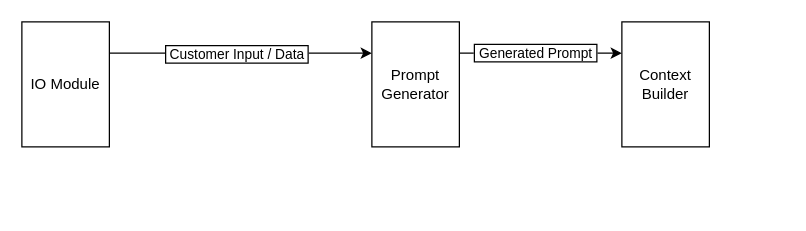
The draw.io diagram GenericGenAIProject.drawio in ntngupta3515/1_chatbot_using_genai, before the edit. Source tidied: cells renumbered, new cells numbered last; positions are measured from the earlier drawing's top-left corner, leaving out a move shared by most shapes. Both pictures are drawn from the tidied source at 125%, with x=0, y=0 at pixel (21, 21).
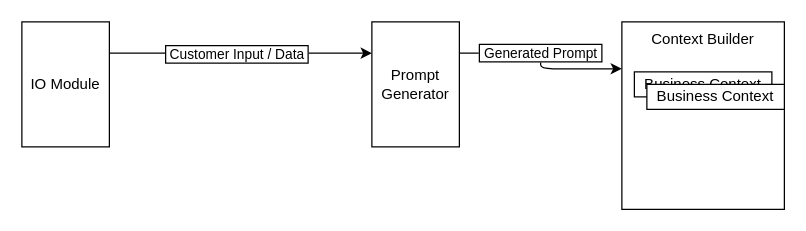
The same page after the edit.

What changed in the source:
```diff
@@
 <mxGraphModel>
   <root>
     <mxCell id="0" />
     <mxCell id="1" parent="0" />
     <mxCell id="2" style="edgeStyle=orthogonalEdgeStyle;rounded=1;jettySize=auto;html=1;exitX=1;exitY=0.25;exitDx=0;exitDy=0;entryX=0;entryY=0.25;entryDx=0;entryDy=0;curved=0;" parent="1" edge="1" source="4" target="7">
       <mxGeometry relative="1" as="geometry" />
     </mxCell>
     <mxCell id="3" value="&amp;nbsp;Customer Input / Data&amp;nbsp;" style="edgeLabel;html=1;align=center;verticalAlign=middle;labelBorderColor=default;" parent="2" vertex="1">
       <mxGeometry x="-0.41" relative="1" as="geometry">
         <mxPoint x="39" as="offset" />
       </mxGeometry>
     </mxCell>
     <mxCell id="4" value="IO Module" style="rounded=0;whiteSpace=wrap;html=1;" parent="1" vertex="1">
       <mxGeometry width="70" height="100" as="geometry" />
     </mxCell>
     <mxCell id="5" style="edgeStyle=orthogonalEdgeStyle;rounded=1;jettySize=auto;html=1;exitX=1;exitY=0.25;exitDx=0;exitDy=0;entryX=0;entryY=0.25;entryDx=0;entryDy=0;curved=0;" parent="1" edge="1" source="7" target="8">
       <mxGeometry relative="1" as="geometry" />
     </mxCell>
     <mxCell id="6" value="&amp;nbsp;Generated Prompt&amp;nbsp;" style="edgeLabel;html=1;align=center;verticalAlign=middle;labelBorderColor=default;" parent="5" vertex="1">
       <mxGeometry x="-0.38" y="-4" relative="1" as="geometry">
         <mxPoint x="20" y="-5" as="offset" />
       </mxGeometry>
     </mxCell>
     <mxCell id="7" value="Prompt Generator" style="rounded=0;whiteSpace=wrap;html=1;" parent="1" vertex="1">
       <mxGeometry x="280" width="70" height="100" as="geometry" />
     </mxCell>
-    <mxCell id="8" value="Context Builder" style="rounded=0;whiteSpace=wrap;html=1;" parent="1" vertex="1">
-      <mxGeometry x="480" width="70" height="100" as="geometry" />
+    <mxCell id="8" value="Context Builder" style="rounded=0;whiteSpace=wrap;html=1;labelPosition=center;verticalLabelPosition=middle;align=center;verticalAlign=top;" parent="1" vertex="1">
+      <mxGeometry x="480" width="130" height="150" as="geometry" />
     </mxCell>
+    <mxCell id="9" value="Business Context" style="rounded=0;whiteSpace=wrap;html=1;" parent="1" vertex="1">
+      <mxGeometry x="490" y="40" width="110" height="20" as="geometry" />
+    </mxCell>
+    <mxCell id="10" value="Business Context" style="rounded=0;whiteSpace=wrap;html=1;" parent="1" vertex="1">
+      <mxGeometry x="500" y="50" width="110" height="20" as="geometry" />
+    </mxCell>
   </root>
 </mxGraphModel>
```
